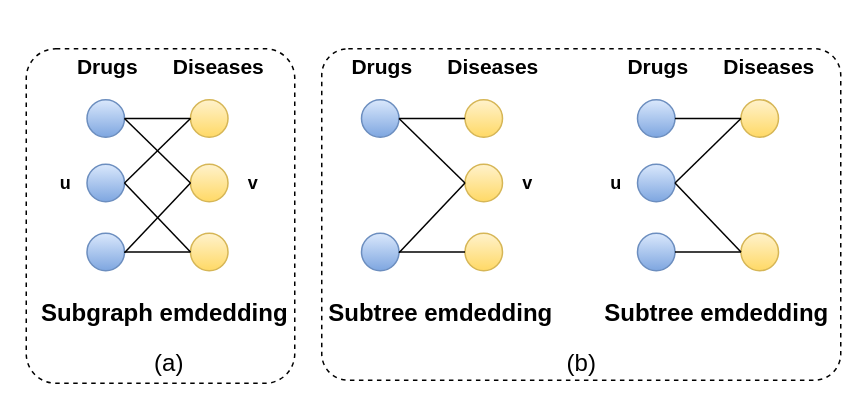
nanfengk/hello-world keeps this draw.io diagram as page "第 4 页" (4 of 4) of 未命名绘图.drawio. Above is the earlier version. Source tidied: cells renumbered, new cells numbered last; positions are measured from the earlier drawing's top-left corner, leaving out a move shared by most shapes. Both pictures are drawn from the tidied source at 150%, with x=0, y=0 at pixel (26, 48).
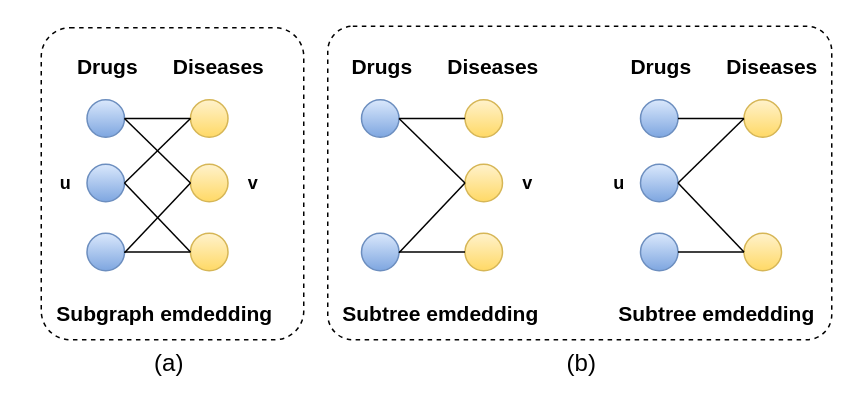
The same page after the edit.

Commit message:
更新未命名绘图.drawio

What changed in the source:
```diff
@@
-    <mxCell id="18" value="&lt;b&gt;&lt;font style=&quot;font-size: 16px&quot;&gt;&lt;span style=&quot;color: rgb(0 , 0 , 0)&quot;&gt;Subgraph emdedding&lt;/span&gt;&lt;/font&gt;&lt;/b&gt;&lt;font color=&quot;#000000&quot;&gt;&lt;br&gt;&lt;/font&gt;" style="text;html=1;align=center;verticalAlign=middle;strokeColor=none;fillColor=none;fontSize=9;fontColor=#FF0000;" parent="1" vertex="1">
-      <mxGeometry x="5" y="168" width="174" height="16" as="geometry" />
+    <mxCell id="18" value="&lt;b&gt;&lt;font style=&quot;font-size: 14px;&quot;&gt;&lt;span style=&quot;color: rgb(0, 0, 0);&quot;&gt;Subgraph emdedding&lt;/span&gt;&lt;/font&gt;&lt;/b&gt;&lt;font color=&quot;#000000&quot;&gt;&lt;br&gt;&lt;/font&gt;" style="text;html=1;align=center;verticalAlign=middle;strokeColor=none;fillColor=none;fontSize=9;fontColor=#FF0000;" parent="1" vertex="1">
+      <mxGeometry x="11" y="162" width="162" height="29" as="geometry" />
     </mxCell>
@@
     <mxCell id="20" style="ellipse;whiteSpace=wrap;html=1;rounded=0;sketch=0;strokeWidth=1;fillColor=#dae8fc;strokeColor=#6c8ebf;gradientColor=#7ea6e0;" parent="1" vertex="1">
-      <mxGeometry x="407.5" y="34" width="25" height="25" as="geometry" />
+      <mxGeometry x="409.5" y="34" width="25" height="25" as="geometry" />
     </mxCell>
     <mxCell id="21" style="ellipse;whiteSpace=wrap;html=1;rounded=0;sketch=0;strokeWidth=1;fillColor=#fff2cc;strokeColor=#d6b656;gradientColor=#ffd966;" parent="1" vertex="1">
-      <mxGeometry x="476.5" y="34" width="25" height="25" as="geometry" />
+      <mxGeometry x="478.5" y="34" width="25" height="25" as="geometry" />
     </mxCell>
     <mxCell id="22" style="ellipse;whiteSpace=wrap;html=1;rounded=0;sketch=0;strokeWidth=1;fillColor=#dae8fc;strokeColor=#6c8ebf;gradientColor=#7ea6e0;" parent="1" vertex="1">
-      <mxGeometry x="407.5" y="77" width="25" height="25" as="geometry" />
+      <mxGeometry x="409.5" y="77" width="25" height="25" as="geometry" />
     </mxCell>
     <mxCell id="23" style="ellipse;whiteSpace=wrap;html=1;rounded=0;sketch=0;strokeWidth=1;fillColor=#dae8fc;strokeColor=#6c8ebf;gradientColor=#7ea6e0;" parent="1" vertex="1">
-      <mxGeometry x="407.5" y="123" width="25" height="25" as="geometry" />
+      <mxGeometry x="409.5" y="123" width="25" height="25" as="geometry" />
     </mxCell>
     <mxCell id="24" style="ellipse;whiteSpace=wrap;html=1;rounded=0;sketch=0;strokeWidth=1;fillColor=#fff2cc;strokeColor=#d6b656;gradientColor=#ffd966;" parent="1" vertex="1">
-      <mxGeometry x="476.5" y="123" width="25" height="25" as="geometry" />
+      <mxGeometry x="478.5" y="123" width="25" height="25" as="geometry" />
     </mxCell>
     <mxCell id="25" value="&lt;font color=&quot;#000000&quot;&gt;&lt;b&gt;u&lt;/b&gt;&lt;/font&gt;" style="text;html=1;align=center;verticalAlign=middle;strokeColor=none;fillColor=none;fontSize=12;fontColor=#FF0000;" parent="1" vertex="1">
-      <mxGeometry x="384.5" y="80.5" width="17" height="18" as="geometry" />
+      <mxGeometry x="386.5" y="80.5" width="17" height="18" as="geometry" />
     </mxCell>
     <mxCell id="26" value="&lt;b&gt;&lt;font style=&quot;font-size: 14px&quot;&gt;Drugs&lt;/font&gt;&lt;/b&gt;" style="text;html=1;align=center;verticalAlign=middle;strokeColor=none;fillColor=none;fontSize=11;" parent="1" vertex="1">
-      <mxGeometry x="396" y="3" width="50" height="17" as="geometry" />
+      <mxGeometry x="398" y="3" width="50" height="17" as="geometry" />
     </mxCell>
     <mxCell id="27" value="&lt;b&gt;&lt;font style=&quot;font-size: 14px&quot;&gt;Diseases&lt;/font&gt;&lt;/b&gt;" style="text;html=1;align=center;verticalAlign=middle;strokeColor=none;fillColor=none;fontSize=11;" parent="1" vertex="1">
-      <mxGeometry x="459.5" y="3" width="71" height="17" as="geometry" />
+      <mxGeometry x="461.5" y="3" width="71" height="17" as="geometry" />
     </mxCell>
@@
-    <mxCell id="32" value="&lt;b&gt;&lt;font style=&quot;font-size: 16px&quot;&gt;&lt;span style=&quot;color: rgb(0 , 0 , 0)&quot;&gt;Subtree emdedding&lt;/span&gt;&lt;/font&gt;&lt;/b&gt;&lt;font color=&quot;#000000&quot;&gt;&lt;br&gt;&lt;/font&gt;" style="text;html=1;align=center;verticalAlign=middle;strokeColor=none;fillColor=none;fontSize=9;fontColor=#FF0000;" parent="1" vertex="1">
-      <mxGeometry x="380" y="168" width="159" height="16" as="geometry" />
+    <mxCell id="32" value="&lt;b&gt;&lt;font style=&quot;font-size: 14px;&quot;&gt;&lt;span style=&quot;color: rgb(0, 0, 0);&quot;&gt;Subtree emdedding&lt;/span&gt;&lt;/font&gt;&lt;/b&gt;&lt;font color=&quot;#000000&quot;&gt;&lt;br&gt;&lt;/font&gt;" style="text;html=1;align=center;verticalAlign=middle;strokeColor=none;fillColor=none;fontSize=9;fontColor=#FF0000;" parent="1" vertex="1">
+      <mxGeometry x="385" y="162" width="149" height="29" as="geometry" />
     </mxCell>
@@
-    <mxCell id="46" value="&lt;b&gt;&lt;font style=&quot;font-size: 16px&quot;&gt;&lt;span style=&quot;color: rgb(0 , 0 , 0)&quot;&gt;Subtree emdedding&lt;/span&gt;&lt;/font&gt;&lt;/b&gt;&lt;font color=&quot;#000000&quot;&gt;&lt;br&gt;&lt;/font&gt;" style="text;html=1;align=center;verticalAlign=middle;strokeColor=none;fillColor=none;fontSize=9;fontColor=#FF0000;" parent="1" vertex="1">
-      <mxGeometry x="196" y="168" width="159" height="16" as="geometry" />
+    <mxCell id="46" value="&lt;b&gt;&lt;font style=&quot;font-size: 14px;&quot;&gt;&lt;span style=&quot;color: rgb(0, 0, 0);&quot;&gt;Subtree emdedding&lt;/span&gt;&lt;/font&gt;&lt;/b&gt;&lt;font color=&quot;#000000&quot;&gt;&lt;br&gt;&lt;/font&gt;" style="text;html=1;align=center;verticalAlign=middle;strokeColor=none;fillColor=none;fontSize=9;fontColor=#FF0000;" parent="1" vertex="1">
+      <mxGeometry x="201" y="162" width="149" height="29" as="geometry" />
     </mxCell>
     <mxCell id="47" style="rounded=1;whiteSpace=wrap;html=1;dashed=1;fontSize=16;fontColor=#000000;strokeColor=#000000;fillColor=none;arcSize=11;" parent="1" vertex="1">
-      <mxGeometry width="179" height="223" as="geometry" />
+      <mxGeometry x="10" y="-14" width="175" height="208" as="geometry" />
     </mxCell>
     <mxCell id="48" style="rounded=1;whiteSpace=wrap;html=1;dashed=1;fontSize=16;fontColor=#000000;strokeColor=#000000;fillColor=none;arcSize=8;" parent="1" vertex="1">
-      <mxGeometry x="197" width="346" height="221" as="geometry" />
+      <mxGeometry x="201" y="-15" width="336" height="209" as="geometry" />
     </mxCell>
```
